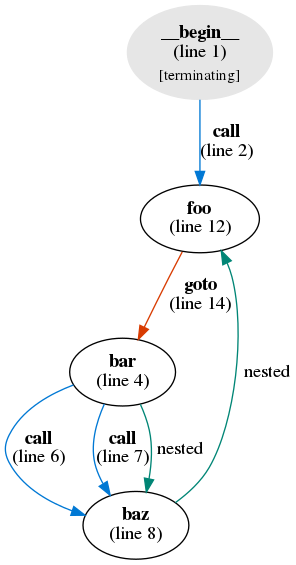
microsoft/cmd-call-graph keeps this Graphviz diagram as examples/example1.png. Above is the earlier version. Its source is kept beside it as examples/example1.dot.
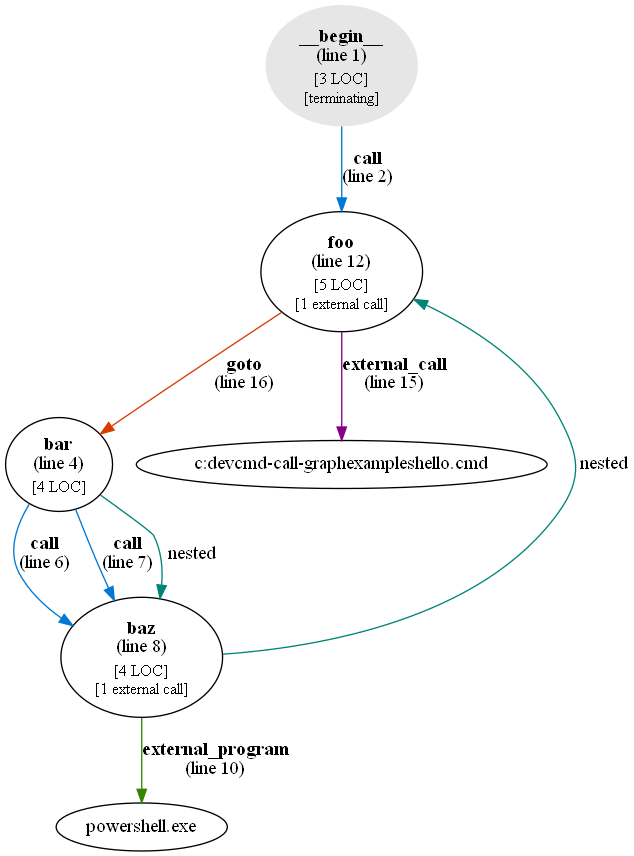
The same file after the commit.

Commit message:
Initial modifications to follow external calls

The edit, as a diff of the source:
```diff
@@ -1,12 +1,14 @@
 digraph g {
-"__begin__" [color="#e6e6e6",style=filled,label=<<b>__begin__</b><br/>(line 1)<br/><sub>[terminating]</sub>>]
+"__begin__" [color="#e6e6e6",style=filled,label=<<b>__begin__</b><br/>(line 1)<br/><sub>[3 LOC]</sub><br/><sub>[terminating]</sub>>]
 "__begin__" -> "foo" [label=<<b>call</b><br />(line 2)>,color="#0078d4"]
-"bar" [label=<<b>bar</b><br/>(line 4)>]
+"bar" [label=<<b>bar</b><br/>(line 4)<br/><sub>[4 LOC]</sub>>]
 "bar" -> "baz" [label=<<b>call</b><br />(line 6)>,color="#0078d4"]
 "bar" -> "baz" [label=<<b>call</b><br />(line 7)>,color="#0078d4"]
 "bar" -> "baz" [label=" nested",color="#008575"]
-"baz" [label=<<b>baz</b><br/>(line 8)>]
+"baz" [label=<<b>baz</b><br/>(line 8)<br/><sub>[4 LOC]</sub><br/><sub>[1 external call]</sub>>]
 "baz" -> "foo" [label=" nested",color="#008575"]
-"foo" [label=<<b>foo</b><br/>(line 12)>]
-"foo" -> "bar" [label=<<b>goto</b><br />(line 14)>,color="#d83b01"]
+"baz" -> "powershell.exe" [label=<<b>external_program</b><br />(line 10)>,color="#358500"]
+"foo" [label=<<b>foo</b><br/>(line 12)<br/><sub>[5 LOC]</sub><br/><sub>[1 external call]</sub>>]
+"foo" -> "bar" [label=<<b>goto</b><br />(line 16)>,color="#d83b01"]
+"foo" -> "c:\dev\cmd-call-graph\examples\hello.cmd" [label=<<b>external_call</b><br />(line 15)>,color="#850085"]
 }
```
